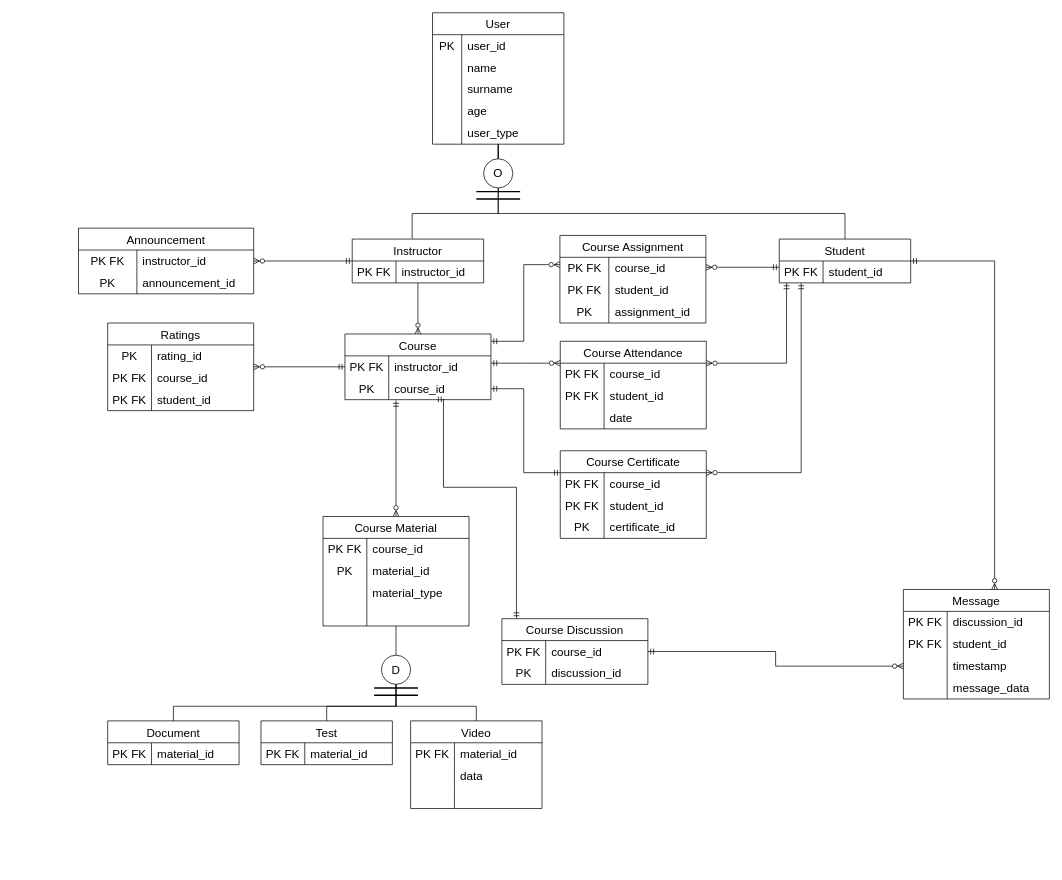
Earlier version of the draw.io diagram Başlıksız Diyagram.drawio (Luieitalian/VTYS). Source tidied: cells renumbered, new cells numbered last; positions are measured from the earlier drawing's top-left corner, leaving out a move shared by most shapes. Both pictures are drawn from the tidied source at 73%, with x=0, y=0 at pixel (78, 12).
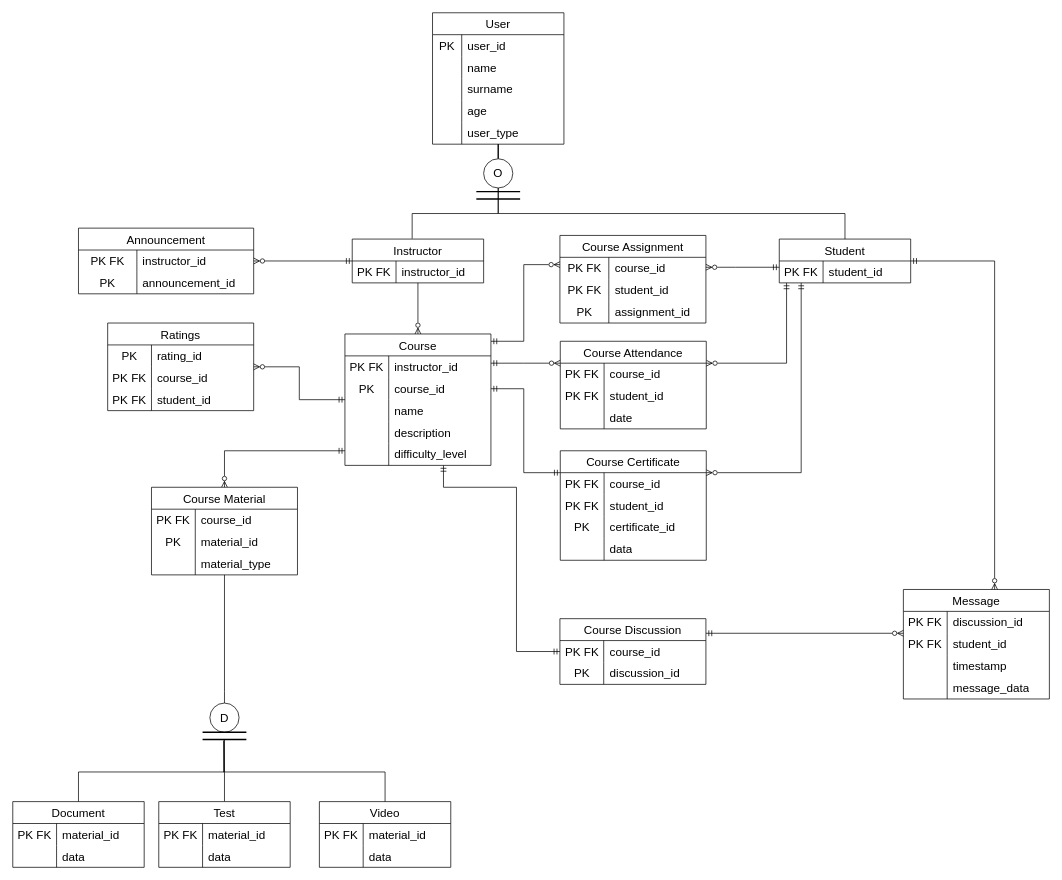
Above is the later version.

The change refers to these unchanged cells:
```xml
<mxCell id="44" style="shape=tableRow;horizontal=0;startSize=0;swimlaneHead=0;swimlaneBody=0;top=0;left=0;bottom=0;right=0;fillColor=none;points=[[0,0.5],[1,0.5]];portConstraint=eastwest;strokeColor=inherit;fontSize=16;" parent="40" vertex="1">
  <mxGeometry y="60" width="200" height="30" as="geometry" />
</mxCell>
<mxCell id="94" style="shape=tableRow;horizontal=0;startSize=0;swimlaneHead=0;swimlaneBody=0;top=0;left=0;bottom=0;right=0;fillColor=none;points=[[0,0.5],[1,0.5]];portConstraint=eastwest;strokeColor=inherit;fontSize=16;" parent="93" vertex="1">
  <mxGeometry y="30" width="200" height="30" as="geometry" />
</mxCell>
<mxCell id="100" value="Message" style="shape=table;startSize=30;childLayout=tableLayout;rowLines=0;fontStyle=0;strokeColor=default;fontSize=16;" parent="1" vertex="1">
  <mxGeometry x="1130" y="790" width="200" height="150" as="geometry" />
</mxCell>
<mxCell id="107" style="shape=tableRow;horizontal=0;startSize=0;swimlaneHead=0;swimlaneBody=0;top=0;left=0;bottom=0;right=0;fillColor=none;points=[[0,0.5],[1,0.5]];portConstraint=eastwest;strokeColor=inherit;fontSize=16;" parent="100" vertex="1">
  <mxGeometry y="90" width="200" height="30" as="geometry" />
</mxCell>
```

What changed in the source:
```diff
@@
-    <mxCell id="38" style="edgeStyle=orthogonalEdgeStyle;rounded=0;jettySize=auto;html=1;exitX=0.68;exitY=0.983;exitDx=0;exitDy=0;exitPerimeter=0;startArrow=ERmandOne;startFill=0;endArrow=ERmandOne;endFill=0;" parent="1" edge="1" source="44" target="93">
+    <mxCell id="38" style="edgeStyle=orthogonalEdgeStyle;rounded=0;jettySize=auto;html=1;startArrow=ERmandOne;startFill=0;endArrow=ERmandOne;endFill=0;" parent="1" edge="1" source="40" target="93">
       <mxGeometry relative="1" as="geometry">
         <Array as="points">
           <mxPoint x="500" y="650" />
           <mxPoint x="600" y="650" />
         </Array>
       </mxGeometry>
     </mxCell>
@@
     <mxCell id="40" value="Course" style="shape=table;startSize=30;childLayout=tableLayout;rowLines=0;fontStyle=0;strokeColor=default;fontSize=16;" parent="1" vertex="1">
-      <mxGeometry x="365" y="440" width="200" height="90" as="geometry" />
+      <mxGeometry x="365" y="440" width="200" height="180" as="geometry" />
     </mxCell>
@@
+    <mxCell id="157" style="shape=tableRow;horizontal=0;startSize=0;swimlaneHead=0;swimlaneBody=0;top=0;left=0;bottom=0;right=0;fillColor=none;strokeColor=inherit;fontSize=16;" parent="40" vertex="1">
+      <mxGeometry y="90" width="200" height="30" as="geometry" />
+    </mxCell>
+    <mxCell id="158" style="shape=partialRectangle;html=1;whiteSpace=wrap;fillColor=none;top=0;left=0;bottom=0;right=0;overflow=hidden;strokeColor=inherit;fontSize=16;" parent="157" vertex="1">
+      <mxGeometry width="60" height="30" as="geometry" />
+    </mxCell>
+    <mxCell id="159" value="name" style="shape=partialRectangle;html=1;whiteSpace=wrap;fillColor=none;top=0;left=0;bottom=0;right=0;align=left;spacingLeft=6;overflow=hidden;strokeColor=inherit;fontSize=16;" parent="157" vertex="1">
+      <mxGeometry x="60" width="140" height="30" as="geometry" />
+    </mxCell>
+    <mxCell id="160" style="shape=tableRow;horizontal=0;startSize=0;swimlaneHead=0;swimlaneBody=0;top=0;left=0;bottom=0;right=0;fillColor=none;strokeColor=inherit;fontSize=16;" parent="40" vertex="1">
+      <mxGeometry y="120" width="200" height="30" as="geometry" />
+    </mxCell>
+    <mxCell id="161" style="shape=partialRectangle;html=1;whiteSpace=wrap;fillColor=none;top=0;left=0;bottom=0;right=0;overflow=hidden;strokeColor=inherit;fontSize=16;" parent="160" vertex="1">
+      <mxGeometry width="60" height="30" as="geometry" />
+    </mxCell>
+    <mxCell id="162" value="description" style="shape=partialRectangle;html=1;whiteSpace=wrap;fillColor=none;top=0;left=0;bottom=0;right=0;align=left;spacingLeft=6;overflow=hidden;strokeColor=inherit;fontSize=16;" parent="160" vertex="1">
+      <mxGeometry x="60" width="140" height="30" as="geometry" />
+    </mxCell>
+    <mxCell id="163" style="shape=tableRow;horizontal=0;startSize=0;swimlaneHead=0;swimlaneBody=0;top=0;left=0;bottom=0;right=0;fillColor=none;strokeColor=inherit;fontSize=16;" parent="40" vertex="1">
+      <mxGeometry y="150" width="200" height="30" as="geometry" />
+    </mxCell>
+    <mxCell id="164" style="shape=partialRectangle;html=1;whiteSpace=wrap;fillColor=none;top=0;left=0;bottom=0;right=0;overflow=hidden;strokeColor=inherit;fontSize=16;" parent="163" vertex="1">
+      <mxGeometry width="60" height="30" as="geometry" />
+    </mxCell>
+    <mxCell id="165" value="difficulty_level" style="shape=partialRectangle;html=1;whiteSpace=wrap;fillColor=none;top=0;left=0;bottom=0;right=0;align=left;spacingLeft=6;overflow=hidden;strokeColor=inherit;fontSize=16;" parent="163" vertex="1">
+      <mxGeometry x="60" width="140" height="30" as="geometry" />
+    </mxCell>
@@
     <mxCell id="57" style="edgeStyle=orthogonalEdgeStyle;rounded=0;jettySize=auto;html=1;endArrow=none;endFill=0;" parent="1" edge="1" source="59" target="72">
-      <mxGeometry relative="1" as="geometry" />
+      <mxGeometry relative="1" as="geometry">
+        <Array as="points">
+          <mxPoint x="200" y="930" />
+          <mxPoint x="200" y="930" />
+        </Array>
+      </mxGeometry>
     </mxCell>
-    <mxCell id="58" style="edgeStyle=orthogonalEdgeStyle;rounded=0;jettySize=auto;html=1;startArrow=ERzeroToMany;startFill=0;endArrow=ERmandOne;endFill=0;" parent="1" edge="1" source="59">
+    <mxCell id="58" style="edgeStyle=orthogonalEdgeStyle;rounded=0;jettySize=auto;html=1;startArrow=ERzeroToMany;startFill=0;endArrow=ERmandOne;endFill=0;" parent="1" edge="1" source="59" target="40">
       <mxGeometry relative="1" as="geometry">
-        <mxPoint x="435" y="531" as="targetPoint" />
         <Array as="points">
-          <mxPoint x="435" y="531" />
+          <mxPoint x="200" y="600" />
         </Array>
       </mxGeometry>
     </mxCell>
     <mxCell id="59" value="Course Material" style="shape=table;startSize=30;childLayout=tableLayout;rowLines=0;fontStyle=0;strokeColor=default;fontSize=16;" parent="1" vertex="1">
-      <mxGeometry x="335" y="690" width="200" height="150" as="geometry" />
+      <mxGeometry x="100" y="650" width="200" height="120" as="geometry" />
     </mxCell>
@@
-    <mxCell id="69" style="shape=tableRow;horizontal=0;startSize=0;swimlaneHead=0;swimlaneBody=0;top=0;left=0;bottom=0;right=0;fillColor=none;strokeColor=inherit;fontSize=16;" parent="59" vertex="1">
-      <mxGeometry y="120" width="200" height="30" as="geometry" />
-    </mxCell>
-    <mxCell id="70" style="shape=partialRectangle;html=1;whiteSpace=wrap;fillColor=none;top=0;left=0;bottom=0;right=0;overflow=hidden;strokeColor=inherit;fontSize=16;" parent="69" vertex="1">
-      <mxGeometry width="60" height="30" as="geometry" />
-    </mxCell>
-    <mxCell id="71" style="shape=partialRectangle;html=1;whiteSpace=wrap;fillColor=none;top=0;left=0;bottom=0;right=0;align=left;spacingLeft=6;overflow=hidden;strokeColor=inherit;fontSize=16;" parent="69" vertex="1">
-      <mxGeometry x="60" width="140" height="30" as="geometry" />
-    </mxCell>
     <mxCell id="72" value="D" style="ellipse;whiteSpace=wrap;html=1;fontSize=16;startSize=30;fontStyle=0;" parent="1" vertex="1">
-      <mxGeometry x="415" y="880" width="40" height="40" as="geometry" />
+      <mxGeometry x="180" y="945.6" width="40" height="40" as="geometry" />
     </mxCell>
     <mxCell id="73" style="line;strokeWidth=2;html=1;" parent="1" vertex="1">
-      <mxGeometry x="405" y="920" width="60" height="10" as="geometry" />
+      <mxGeometry x="170" y="980.6" width="60" height="10" as="geometry" />
     </mxCell>
-    <mxCell id="74" style="line;strokeWidth=2;html=1;" parent="1" vertex="1">
-      <mxGeometry x="405" y="930" width="60" height="10" as="geometry" />
-    </mxCell>
-    <mxCell id="75" style="edgeStyle=orthogonalEdgeStyle;rounded=0;jettySize=auto;html=1;endArrow=none;endFill=0;" parent="1" edge="1" source="76" target="72">
-      <mxGeometry relative="1" as="geometry">
-        <Array as="points">
-          <mxPoint x="130" y="950" />
-          <mxPoint x="435" y="950" />
-        </Array>
-      </mxGeometry>
-    </mxCell>
     <mxCell id="76" value="Document" style="shape=table;startSize=30;childLayout=tableLayout;rowLines=0;fontStyle=0;strokeColor=default;fontSize=16;" parent="1" vertex="1">
-      <mxGeometry x="40" y="970" width="180" height="60" as="geometry" />
+      <mxGeometry x="-90" y="1080.6" width="180" height="90" as="geometry" />
     </mxCell>
@@
-    <mxCell id="80" style="edgeStyle=orthogonalEdgeStyle;rounded=0;jettySize=auto;html=1;endArrow=none;endFill=0;" parent="1" edge="1" source="81" target="72">
-      <mxGeometry relative="1" as="geometry">
-        <Array as="points">
-          <mxPoint x="545" y="950" />
-          <mxPoint x="435" y="950" />
-        </Array>
-      </mxGeometry>
-    </mxCell>
+    <mxCell id="166" style="shape=tableRow;horizontal=0;startSize=0;swimlaneHead=0;swimlaneBody=0;top=0;left=0;bottom=0;right=0;fillColor=none;strokeColor=inherit;fontSize=16;" parent="76" vertex="1">
+      <mxGeometry y="60" width="180" height="30" as="geometry" />
+    </mxCell>
+    <mxCell id="167" style="shape=partialRectangle;html=1;whiteSpace=wrap;fillColor=none;top=0;left=0;bottom=0;right=0;overflow=hidden;strokeColor=inherit;fontSize=16;" parent="166" vertex="1">
+      <mxGeometry width="60" height="30" as="geometry" />
+    </mxCell>
+    <mxCell id="168" value="data" style="shape=partialRectangle;html=1;whiteSpace=wrap;fillColor=none;top=0;left=0;bottom=0;right=0;align=left;spacingLeft=6;overflow=hidden;strokeColor=inherit;fontSize=16;" parent="166" vertex="1">
+      <mxGeometry x="60" width="120" height="30" as="geometry" />
+    </mxCell>
     <mxCell id="81" value="Video" style="shape=table;startSize=30;childLayout=tableLayout;rowLines=0;fontStyle=0;strokeColor=default;fontSize=16;" parent="1" vertex="1">
-      <mxGeometry x="455" y="970" width="180" height="120" as="geometry" />
+      <mxGeometry x="330" y="1080.6" width="180" height="90" as="geometry" />
     </mxCell>
@@
-    <mxCell id="88" style="shape=tableRow;horizontal=0;startSize=0;swimlaneHead=0;swimlaneBody=0;top=0;left=0;bottom=0;right=0;fillColor=none;strokeColor=inherit;fontSize=16;" parent="81" vertex="1">
-      <mxGeometry y="90" width="180" height="30" as="geometry" />
-    </mxCell>
-    <mxCell id="89" style="shape=partialRectangle;html=1;whiteSpace=wrap;fillColor=none;top=0;left=0;bottom=0;right=0;overflow=hidden;strokeColor=inherit;fontSize=16;" parent="88" vertex="1">
-      <mxGeometry width="60" height="30" as="geometry" />
-    </mxCell>
-    <mxCell id="90" style="shape=partialRectangle;html=1;whiteSpace=wrap;fillColor=none;top=0;left=0;bottom=0;right=0;align=left;spacingLeft=6;overflow=hidden;strokeColor=inherit;fontSize=16;" parent="88" vertex="1">
-      <mxGeometry x="60" width="120" height="30" as="geometry" />
-    </mxCell>
@@
-    <mxCell id="92" style="edgeStyle=orthogonalEdgeStyle;rounded=0;jettySize=auto;html=1;startArrow=ERmandOne;startFill=0;endArrow=ERzeroToMany;endFill=0;exitX=1;exitY=0.5;exitDx=0;exitDy=0;entryX=0;entryY=0.5;entryDx=0;entryDy=0;" parent="1" edge="1" source="94" target="107">
-      <mxGeometry relative="1" as="geometry" />
+    <mxCell id="92" style="edgeStyle=orthogonalEdgeStyle;rounded=0;jettySize=auto;html=1;startArrow=ERmandOne;startFill=0;endArrow=ERzeroToMany;endFill=0;" parent="1" edge="1" source="93" target="100">
+      <mxGeometry relative="1" as="geometry">
+        <Array as="points">
+          <mxPoint x="1050" y="850" />
+          <mxPoint x="1050" y="850" />
+        </Array>
+      </mxGeometry>
     </mxCell>
     <mxCell id="93" value="Course Discussion" style="shape=table;startSize=30;childLayout=tableLayout;rowLines=0;fontStyle=0;strokeColor=default;fontSize=16;" parent="1" vertex="1">
-      <mxGeometry x="580" y="830" width="200" height="90" as="geometry" />
+      <mxGeometry x="659.5" y="830" width="200" height="90" as="geometry" />
     </mxCell>
@@
     <mxCell id="141" value="Course Certificate" style="shape=table;startSize=30;childLayout=tableLayout;rowLines=0;fontStyle=0;strokeColor=default;fontSize=16;" parent="1" vertex="1">
-      <mxGeometry x="660" y="600" width="200" height="120" as="geometry" />
+      <mxGeometry x="660" y="600" width="200" height="150" as="geometry" />
     </mxCell>
@@
+    <mxCell id="169" style="shape=tableRow;horizontal=0;startSize=0;swimlaneHead=0;swimlaneBody=0;top=0;left=0;bottom=0;right=0;fillColor=none;strokeColor=inherit;fontSize=16;" parent="141" vertex="1">
+      <mxGeometry y="120" width="200" height="30" as="geometry" />
+    </mxCell>
+    <mxCell id="170" style="shape=partialRectangle;html=1;whiteSpace=wrap;fillColor=none;top=0;left=0;bottom=0;right=0;overflow=hidden;strokeColor=inherit;fontSize=16;" parent="169" vertex="1">
+      <mxGeometry width="60" height="30" as="geometry" />
+    </mxCell>
+    <mxCell id="171" value="data" style="shape=partialRectangle;html=1;whiteSpace=wrap;fillColor=none;top=0;left=0;bottom=0;right=0;align=left;spacingLeft=6;overflow=hidden;strokeColor=inherit;fontSize=16;" parent="169" vertex="1">
+      <mxGeometry x="60" width="140" height="30" as="geometry" />
+    </mxCell>
@@
-    <mxCell id="152" style="edgeStyle=orthogonalEdgeStyle;rounded=0;jettySize=auto;html=1;endArrow=none;endFill=0;" parent="1" edge="1" source="153" target="72">
-      <mxGeometry relative="1" as="geometry">
-        <Array as="points">
-          <mxPoint x="340" y="950" />
-          <mxPoint x="435" y="950" />
-        </Array>
-      </mxGeometry>
-    </mxCell>
+    <mxCell id="172" style="edgeStyle=orthogonalEdgeStyle;rounded=0;jettySize=auto;html=1;endArrow=none;endFill=0;entryX=0.49;entryY=0.446;entryDx=0;entryDy=0;entryPerimeter=0;" parent="1" edge="1" source="153" target="74">
+      <mxGeometry relative="1" as="geometry" />
+    </mxCell>
     <mxCell id="153" value="Test" style="shape=table;startSize=30;childLayout=tableLayout;rowLines=0;fontStyle=0;strokeColor=default;fontSize=16;" parent="1" vertex="1">
-      <mxGeometry x="250" y="970" width="180" height="60" as="geometry" />
+      <mxGeometry x="110" y="1080.6" width="180" height="90" as="geometry" />
     </mxCell>
@@
+    <mxCell id="173" style="shape=tableRow;horizontal=0;startSize=0;swimlaneHead=0;swimlaneBody=0;top=0;left=0;bottom=0;right=0;fillColor=none;strokeColor=inherit;fontSize=16;" parent="153" vertex="1">
+      <mxGeometry y="60" width="180" height="30" as="geometry" />
+    </mxCell>
+    <mxCell id="174" style="shape=partialRectangle;html=1;whiteSpace=wrap;fillColor=none;top=0;left=0;bottom=0;right=0;overflow=hidden;strokeColor=inherit;fontSize=16;" parent="173" vertex="1">
+      <mxGeometry width="60" height="30" as="geometry" />
+    </mxCell>
+    <mxCell id="175" value="data" style="shape=partialRectangle;html=1;whiteSpace=wrap;fillColor=none;top=0;left=0;bottom=0;right=0;align=left;spacingLeft=6;overflow=hidden;strokeColor=inherit;fontSize=16;" parent="173" vertex="1">
+      <mxGeometry x="60" width="120" height="30" as="geometry" />
+    </mxCell>
+    <mxCell id="74" style="line;strokeWidth=2;html=1;" parent="1" vertex="1">
+      <mxGeometry x="170" y="990.6" width="60" height="10" as="geometry" />
+    </mxCell>
+    <mxCell id="176" style="edgeStyle=orthogonalEdgeStyle;rounded=0;jettySize=auto;html=1;entryX=0.48;entryY=0.667;entryDx=0;entryDy=0;entryPerimeter=0;endArrow=none;endFill=0;" parent="1" edge="1" source="81" target="74">
+      <mxGeometry relative="1" as="geometry">
+        <Array as="points">
+          <mxPoint x="420" y="1040" />
+          <mxPoint x="199" y="1040" />
+        </Array>
+      </mxGeometry>
+    </mxCell>
+    <mxCell id="177" style="edgeStyle=orthogonalEdgeStyle;rounded=0;jettySize=auto;html=1;entryX=0.499;entryY=0.502;entryDx=0;entryDy=0;entryPerimeter=0;endArrow=none;endFill=0;" parent="1" edge="1" source="76" target="74">
+      <mxGeometry relative="1" as="geometry">
+        <Array as="points">
+          <mxPoint y="1040" />
+          <mxPoint x="200" y="1040" />
+        </Array>
+      </mxGeometry>
+    </mxCell>
```
